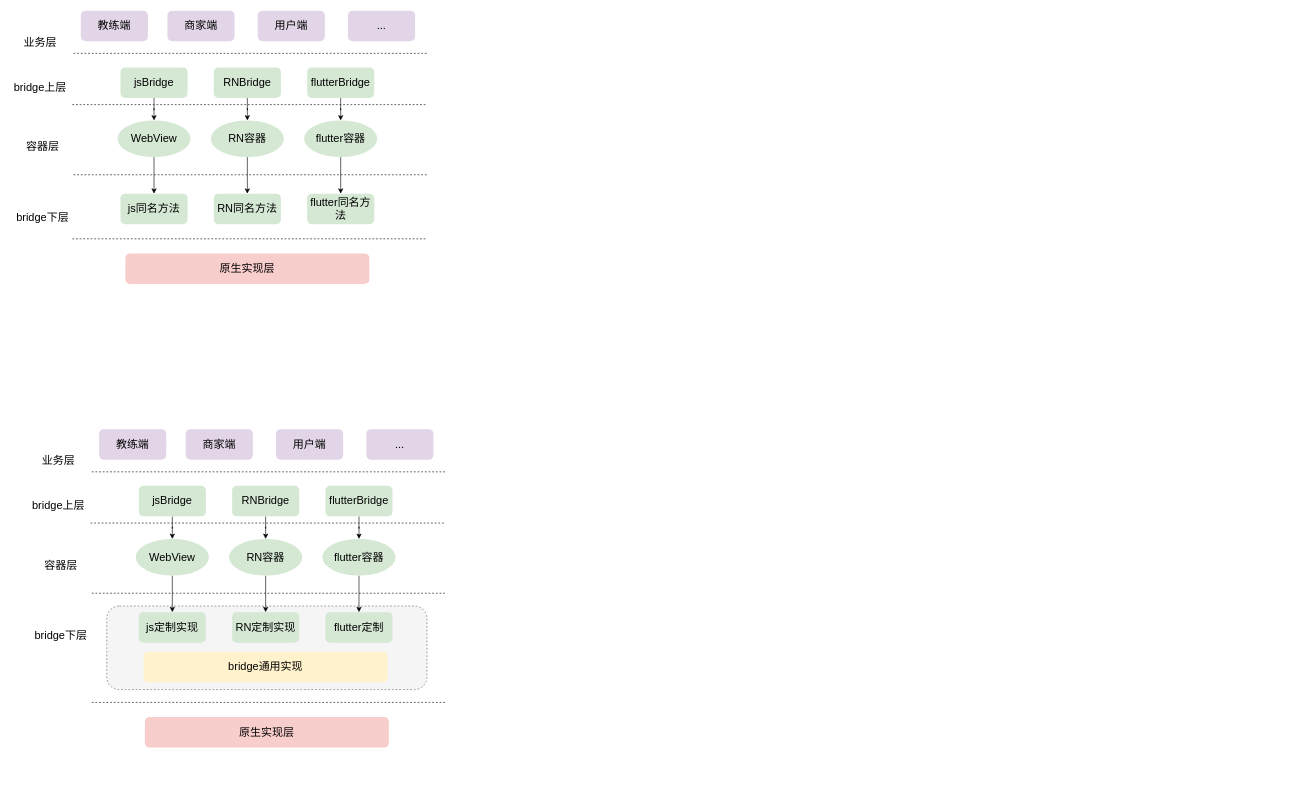
Before: page "第 1 页" (1 of 2) of .drawio-chrome/通用bridge.drawio in yyht800/SiGuoYa, a draw.io diagram. Source tidied: cells renumbered, new cells numbered last; positions are measured from the earlier drawing's top-left corner, leaving out a move shared by most shapes. Both pictures are drawn from the tidied source at 61%, with x=0, y=0 at pixel (10, 10).
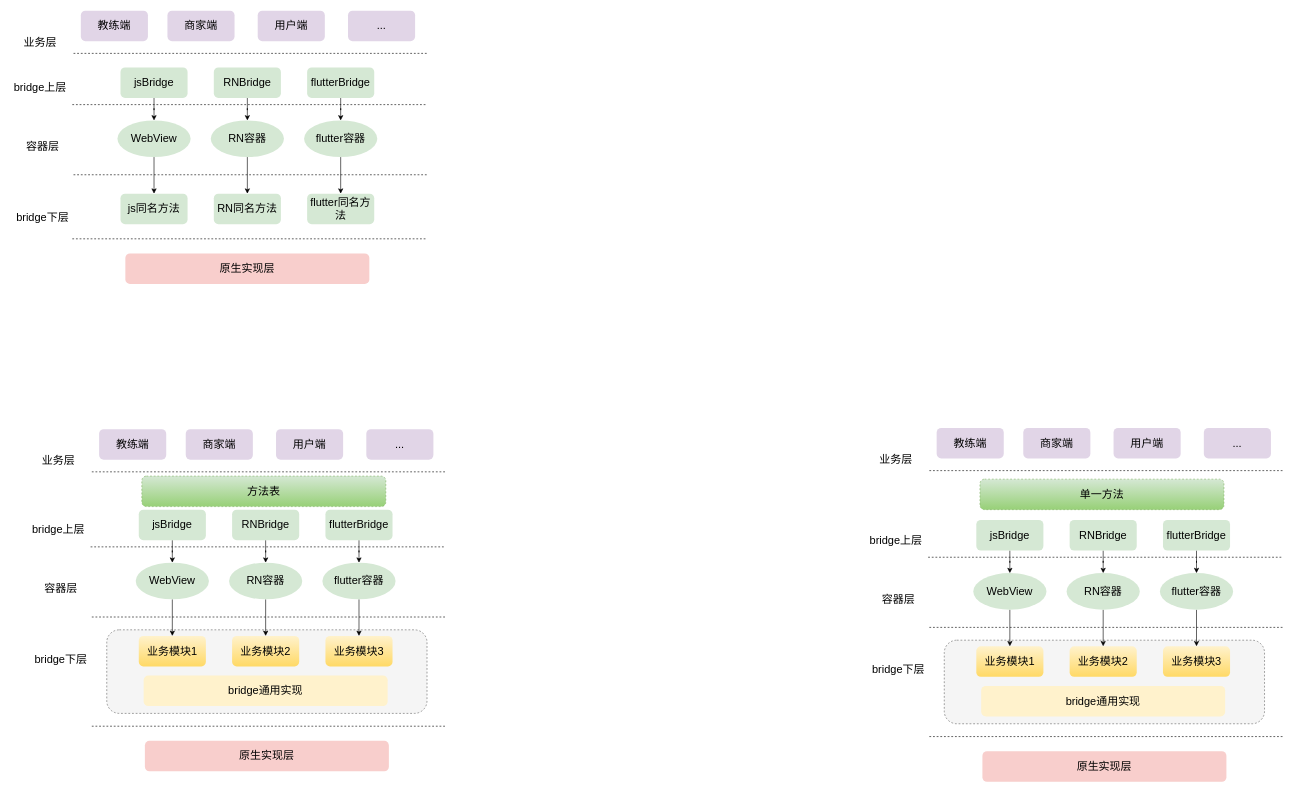
The same page after the edit.

Diff of the diagram source:
```diff
@@
     <mxCell id="2" style="rounded=1;whiteSpace=wrap;html=1;dashed=1;fontSize=18;strokeWidth=1;fillColor=#f5f5f5;strokeColor=#666666;fontColor=#333333;" parent="1" vertex="1">
-      <mxGeometry x="157.5" y="976" width="525" height="137" as="geometry" />
+      <mxGeometry x="157.5" y="1015" width="525" height="137" as="geometry" />
     </mxCell>
@@
     <mxCell id="37" value="bridge上层" style="text;html=1;align=center;verticalAlign=middle;strokeColor=none;fillColor=none;fontSize=18;" parent="1" vertex="1">
-      <mxGeometry x="30" y="799" width="96" height="26" as="geometry" />
+      <mxGeometry x="30" y="838" width="96" height="26" as="geometry" />
     </mxCell>
     <mxCell id="38" style="line;strokeWidth=1;html=1;dashed=1;" parent="1" vertex="1">
-      <mxGeometry x="131" y="835" width="580" height="10" as="geometry" />
+      <mxGeometry x="131" y="874" width="580" height="10" as="geometry" />
     </mxCell>
@@
     <mxCell id="40" value="jsBridge" style="rounded=1;whiteSpace=wrap;html=1;dashed=1;fontSize=18;strokeWidth=1;strokeColor=none;fillColor=#d5e8d4;" parent="1" vertex="1">
-      <mxGeometry x="210" y="779" width="110" height="50" as="geometry" />
+      <mxGeometry x="210" y="818" width="110" height="50" as="geometry" />
     </mxCell>
@@
     <mxCell id="42" value="RNBridge" style="rounded=1;whiteSpace=wrap;html=1;dashed=1;fontSize=18;strokeWidth=1;strokeColor=none;fillColor=#d5e8d4;" parent="1" vertex="1">
-      <mxGeometry x="363" y="779" width="110" height="50" as="geometry" />
+      <mxGeometry x="363" y="818" width="110" height="50" as="geometry" />
     </mxCell>
@@
     <mxCell id="44" value="flutterBridge" style="rounded=1;whiteSpace=wrap;html=1;dashed=1;fontSize=18;strokeWidth=1;strokeColor=none;fillColor=#d5e8d4;" parent="1" vertex="1">
-      <mxGeometry x="516" y="779" width="110" height="50" as="geometry" />
+      <mxGeometry x="516" y="818" width="110" height="50" as="geometry" />
     </mxCell>
@@
     <mxCell id="46" value="WebView" style="ellipse;whiteSpace=wrap;html=1;fontSize=18;fillColor=#d5e8d4;strokeColor=none;rounded=1;dashed=1;strokeWidth=1;" parent="1" vertex="1">
-      <mxGeometry x="205" y="866" width="120" height="60" as="geometry" />
+      <mxGeometry x="205" y="905" width="120" height="60" as="geometry" />
     </mxCell>
@@
     <mxCell id="48" value="RN容器" style="ellipse;whiteSpace=wrap;html=1;fontSize=18;fillColor=#d5e8d4;strokeColor=none;rounded=1;dashed=1;strokeWidth=1;" parent="1" vertex="1">
-      <mxGeometry x="358" y="866" width="120" height="60" as="geometry" />
+      <mxGeometry x="358" y="905" width="120" height="60" as="geometry" />
     </mxCell>
@@
     <mxCell id="50" value="flutter容器" style="ellipse;whiteSpace=wrap;html=1;fontSize=18;fillColor=#d5e8d4;strokeColor=none;rounded=1;dashed=1;strokeWidth=1;" parent="1" vertex="1">
-      <mxGeometry x="511" y="866" width="120" height="60" as="geometry" />
+      <mxGeometry x="511" y="905" width="120" height="60" as="geometry" />
     </mxCell>
     <mxCell id="51" style="line;strokeWidth=1;html=1;dashed=1;" parent="1" vertex="1">
-      <mxGeometry x="133" y="950" width="580" height="10" as="geometry" />
+      <mxGeometry x="133" y="989" width="580" height="10" as="geometry" />
     </mxCell>
     <mxCell id="52" value="容器层" style="text;html=1;align=center;verticalAlign=middle;strokeColor=none;fillColor=none;fontSize=18;" parent="1" vertex="1">
-      <mxGeometry x="50" y="896" width="64" height="26" as="geometry" />
+      <mxGeometry x="50" y="935" width="64" height="26" as="geometry" />
     </mxCell>
     <mxCell id="53" value="bridge下层" style="text;html=1;align=center;verticalAlign=middle;strokeColor=none;fillColor=none;fontSize=18;" parent="1" vertex="1">
-      <mxGeometry x="34" y="1012" width="96" height="26" as="geometry" />
+      <mxGeometry x="34" y="1051" width="96" height="26" as="geometry" />
     </mxCell>
     <mxCell id="54" style="line;strokeWidth=1;html=1;dashed=1;" parent="1" vertex="1">
-      <mxGeometry x="133" y="1129" width="580" height="10" as="geometry" />
+      <mxGeometry x="133" y="1168" width="580" height="10" as="geometry" />
     </mxCell>
-    <mxCell id="55" value="js定制实现" style="rounded=1;whiteSpace=wrap;html=1;dashed=1;fontSize=18;strokeWidth=1;strokeColor=none;fillColor=#d5e8d4;" parent="1" vertex="1">
-      <mxGeometry x="210" y="986" width="110" height="50" as="geometry" />
+    <mxCell id="55" value="业务模块1" style="rounded=1;whiteSpace=wrap;html=1;dashed=1;fontSize=18;strokeWidth=1;strokeColor=none;fillColor=#fff2cc;gradientColor=#ffd966;" parent="1" vertex="1">
+      <mxGeometry x="210" y="1025" width="110" height="50" as="geometry" />
     </mxCell>
-    <mxCell id="56" value="RN定制实现" style="rounded=1;whiteSpace=wrap;html=1;dashed=1;fontSize=18;strokeWidth=1;strokeColor=none;fillColor=#d5e8d4;" parent="1" vertex="1">
-      <mxGeometry x="363" y="986" width="110" height="50" as="geometry" />
+    <mxCell id="56" value="业务模块2" style="rounded=1;whiteSpace=wrap;html=1;dashed=1;fontSize=18;strokeWidth=1;strokeColor=none;fillColor=#fff2cc;gradientColor=#ffd966;" parent="1" vertex="1">
+      <mxGeometry x="363" y="1025" width="110" height="50" as="geometry" />
     </mxCell>
-    <mxCell id="57" value="flutter定制" style="rounded=1;whiteSpace=wrap;html=1;dashed=1;fontSize=18;strokeWidth=1;strokeColor=none;fillColor=#d5e8d4;" parent="1" vertex="1">
-      <mxGeometry x="516" y="986" width="110" height="50" as="geometry" />
+    <mxCell id="57" value="业务模块3" style="rounded=1;whiteSpace=wrap;html=1;dashed=1;fontSize=18;strokeWidth=1;strokeColor=none;fillColor=#fff2cc;gradientColor=#ffd966;" parent="1" vertex="1">
+      <mxGeometry x="516" y="1025" width="110" height="50" as="geometry" />
     </mxCell>
     <mxCell id="58" value="原生实现层" style="rounded=1;whiteSpace=wrap;html=1;dashed=1;fontSize=18;strokeWidth=1;strokeColor=none;fillColor=#f8cecc;" parent="1" vertex="1">
-      <mxGeometry x="220" y="1158" width="400" height="50" as="geometry" />
+      <mxGeometry x="220" y="1197" width="400" height="50" as="geometry" />
     </mxCell>
     <mxCell id="59" value="bridge通用实现" style="rounded=1;whiteSpace=wrap;html=1;dashed=1;fontSize=18;strokeWidth=1;strokeColor=none;fillColor=#fff2cc;" parent="1" vertex="1">
-      <mxGeometry x="218" y="1051" width="400" height="50" as="geometry" />
+      <mxGeometry x="218" y="1090" width="400" height="50" as="geometry" />
     </mxCell>
-    <mxCell id="60" style="rounded=0;whiteSpace=wrap;html=1;fontSize=18;strokeWidth=1;fillColor=#E1D5E7;opacity=0;" parent="1" vertex="1">
-      <mxGeometry x="167" y="978" width="120" height="60" as="geometry" />
-    </mxCell>
+    <mxCell id="61" style="rounded=1;whiteSpace=wrap;html=1;dashed=1;fontSize=18;strokeWidth=1;fillColor=#f5f5f5;strokeColor=#666666;fontColor=#333333;" parent="1" vertex="1">
+      <mxGeometry x="1530.5" y="1032" width="525" height="137" as="geometry" />
+    </mxCell>
+    <mxCell id="62" style="line;strokeWidth=1;html=1;dashed=1;" parent="1" vertex="1">
+      <mxGeometry x="1506" y="749" width="580" height="10" as="geometry" />
+    </mxCell>
+    <mxCell id="63" value="业务层" style="text;html=1;align=center;verticalAlign=middle;strokeColor=none;fillColor=none;fontSize=18;" parent="1" vertex="1">
+      <mxGeometry x="1416" y="721" width="70" height="30" as="geometry" />
+    </mxCell>
+    <mxCell id="64" value="教练端" style="rounded=1;whiteSpace=wrap;html=1;dashed=1;fontSize=18;strokeWidth=1;strokeColor=none;fillColor=#e1d5e7;" parent="1" vertex="1">
+      <mxGeometry x="1518" y="684" width="110" height="50" as="geometry" />
+    </mxCell>
+    <mxCell id="65" value="商家端" style="rounded=1;whiteSpace=wrap;html=1;dashed=1;fontSize=18;strokeWidth=1;strokeColor=none;fillColor=#e1d5e7;" parent="1" vertex="1">
+      <mxGeometry x="1660" y="684" width="110" height="50" as="geometry" />
+    </mxCell>
+    <mxCell id="66" value="用户端" style="rounded=1;whiteSpace=wrap;html=1;dashed=1;fontSize=18;strokeWidth=1;strokeColor=none;fillColor=#e1d5e7;" parent="1" vertex="1">
+      <mxGeometry x="1808" y="684" width="110" height="50" as="geometry" />
+    </mxCell>
+    <mxCell id="67" value="..." style="rounded=1;whiteSpace=wrap;html=1;dashed=1;fontSize=18;strokeWidth=1;strokeColor=none;fillColor=#e1d5e7;" parent="1" vertex="1">
+      <mxGeometry x="1956" y="684" width="110" height="50" as="geometry" />
+    </mxCell>
+    <mxCell id="68" value="bridge上层" style="text;html=1;align=center;verticalAlign=middle;strokeColor=none;fillColor=none;fontSize=18;" parent="1" vertex="1">
+      <mxGeometry x="1403" y="855" width="96" height="26" as="geometry" />
+    </mxCell>
+    <mxCell id="69" style="line;strokeWidth=1;html=1;dashed=1;" parent="1" vertex="1">
+      <mxGeometry x="1504" y="891" width="580" height="10" as="geometry" />
+    </mxCell>
+    <mxCell id="70" style="edgeStyle=orthogonalEdgeStyle;rounded=0;jettySize=auto;html=1;fontSize=18;startArrow=none;startFill=0;" parent="1" edge="1" source="71" target="77">
+      <mxGeometry relative="1" as="geometry" />
+    </mxCell>
+    <mxCell id="71" value="jsBridge" style="rounded=1;whiteSpace=wrap;html=1;dashed=1;fontSize=18;strokeWidth=1;strokeColor=none;fillColor=#d5e8d4;" parent="1" vertex="1">
+      <mxGeometry x="1583" y="835" width="110" height="50" as="geometry" />
+    </mxCell>
+    <mxCell id="72" style="edgeStyle=orthogonalEdgeStyle;rounded=0;jettySize=auto;html=1;fontSize=18;startArrow=none;startFill=0;" parent="1" edge="1" source="73" target="79">
+      <mxGeometry relative="1" as="geometry" />
+    </mxCell>
+    <mxCell id="73" value="RNBridge" style="rounded=1;whiteSpace=wrap;html=1;dashed=1;fontSize=18;strokeWidth=1;strokeColor=none;fillColor=#d5e8d4;" parent="1" vertex="1">
+      <mxGeometry x="1736" y="835" width="110" height="50" as="geometry" />
+    </mxCell>
+    <mxCell id="74" style="edgeStyle=orthogonalEdgeStyle;rounded=0;jettySize=auto;html=1;fontSize=18;startArrow=none;startFill=0;" parent="1" edge="1" source="75" target="81">
+      <mxGeometry relative="1" as="geometry" />
+    </mxCell>
+    <mxCell id="75" value="flutterBridge" style="rounded=1;whiteSpace=wrap;html=1;dashed=1;fontSize=18;strokeWidth=1;strokeColor=none;fillColor=#d5e8d4;" parent="1" vertex="1">
+      <mxGeometry x="1889" y="835" width="110" height="50" as="geometry" />
+    </mxCell>
+    <mxCell id="76" style="edgeStyle=orthogonalEdgeStyle;rounded=0;jettySize=auto;html=1;fontSize=18;startArrow=none;startFill=0;" parent="1" edge="1" source="77" target="86">
+      <mxGeometry relative="1" as="geometry" />
+    </mxCell>
+    <mxCell id="77" value="WebView" style="ellipse;whiteSpace=wrap;html=1;fontSize=18;fillColor=#d5e8d4;strokeColor=none;rounded=1;dashed=1;strokeWidth=1;" parent="1" vertex="1">
+      <mxGeometry x="1578" y="922" width="120" height="60" as="geometry" />
+    </mxCell>
+    <mxCell id="78" style="edgeStyle=orthogonalEdgeStyle;rounded=0;jettySize=auto;html=1;fontSize=18;startArrow=none;startFill=0;" parent="1" edge="1" source="79" target="87">
+      <mxGeometry relative="1" as="geometry" />
+    </mxCell>
+    <mxCell id="79" value="RN容器" style="ellipse;whiteSpace=wrap;html=1;fontSize=18;fillColor=#d5e8d4;strokeColor=none;rounded=1;dashed=1;strokeWidth=1;" parent="1" vertex="1">
+      <mxGeometry x="1731" y="922" width="120" height="60" as="geometry" />
+    </mxCell>
+    <mxCell id="80" style="edgeStyle=orthogonalEdgeStyle;rounded=0;jettySize=auto;html=1;fontSize=18;startArrow=none;startFill=0;" parent="1" edge="1" source="81" target="88">
+      <mxGeometry relative="1" as="geometry" />
+    </mxCell>
+    <mxCell id="81" value="flutter容器" style="ellipse;whiteSpace=wrap;html=1;fontSize=18;fillColor=#d5e8d4;strokeColor=none;rounded=1;dashed=1;strokeWidth=1;" parent="1" vertex="1">
+      <mxGeometry x="1884" y="922" width="120" height="60" as="geometry" />
+    </mxCell>
+    <mxCell id="82" style="line;strokeWidth=1;html=1;dashed=1;" parent="1" vertex="1">
+      <mxGeometry x="1506" y="1006" width="580" height="10" as="geometry" />
+    </mxCell>
+    <mxCell id="83" value="容器层" style="text;html=1;align=center;verticalAlign=middle;strokeColor=none;fillColor=none;fontSize=18;" parent="1" vertex="1">
+      <mxGeometry x="1423" y="952" width="64" height="26" as="geometry" />
+    </mxCell>
+    <mxCell id="84" value="bridge下层" style="text;html=1;align=center;verticalAlign=middle;strokeColor=none;fillColor=none;fontSize=18;" parent="1" vertex="1">
+      <mxGeometry x="1407" y="1068" width="96" height="26" as="geometry" />
+    </mxCell>
+    <mxCell id="85" style="line;strokeWidth=1;html=1;dashed=1;" parent="1" vertex="1">
+      <mxGeometry x="1506" y="1185" width="580" height="10" as="geometry" />
+    </mxCell>
+    <mxCell id="86" value="业务模块1" style="rounded=1;whiteSpace=wrap;html=1;dashed=1;fontSize=18;strokeWidth=1;strokeColor=none;fillColor=#fff2cc;gradientColor=#ffd966;" parent="1" vertex="1">
+      <mxGeometry x="1583" y="1042" width="110" height="50" as="geometry" />
+    </mxCell>
+    <mxCell id="87" value="业务模块2" style="rounded=1;whiteSpace=wrap;html=1;dashed=1;fontSize=18;strokeWidth=1;strokeColor=none;fillColor=#fff2cc;gradientColor=#ffd966;" parent="1" vertex="1">
+      <mxGeometry x="1736" y="1042" width="110" height="50" as="geometry" />
+    </mxCell>
+    <mxCell id="88" value="业务模块3" style="rounded=1;whiteSpace=wrap;html=1;dashed=1;fontSize=18;strokeWidth=1;strokeColor=none;fillColor=#fff2cc;gradientColor=#ffd966;" parent="1" vertex="1">
+      <mxGeometry x="1889" y="1042" width="110" height="50" as="geometry" />
+    </mxCell>
+    <mxCell id="89" value="原生实现层" style="rounded=1;whiteSpace=wrap;html=1;dashed=1;fontSize=18;strokeWidth=1;strokeColor=none;fillColor=#f8cecc;" parent="1" vertex="1">
+      <mxGeometry x="1593" y="1214" width="400" height="50" as="geometry" />
+    </mxCell>
+    <mxCell id="90" value="bridge通用实现" style="rounded=1;whiteSpace=wrap;html=1;dashed=1;fontSize=18;strokeWidth=1;strokeColor=none;fillColor=#fff2cc;" parent="1" vertex="1">
+      <mxGeometry x="1591" y="1107" width="400" height="50" as="geometry" />
+    </mxCell>
+    <mxCell id="91" value="方法表" style="rounded=1;whiteSpace=wrap;html=1;dashed=1;fontSize=18;strokeWidth=1;strokeColor=#82b366;fillColor=#d5e8d4;gradientColor=#97d077;" parent="1" vertex="1">
+      <mxGeometry x="215" y="763" width="400" height="50" as="geometry" />
+    </mxCell>
+    <mxCell id="92" value="单一方法" style="rounded=1;whiteSpace=wrap;html=1;dashed=1;fontSize=18;strokeWidth=1;strokeColor=#82b366;fillColor=#d5e8d4;gradientColor=#97d077;" parent="1" vertex="1">
+      <mxGeometry x="1589" y="768" width="400" height="50" as="geometry" />
+    </mxCell>
```
